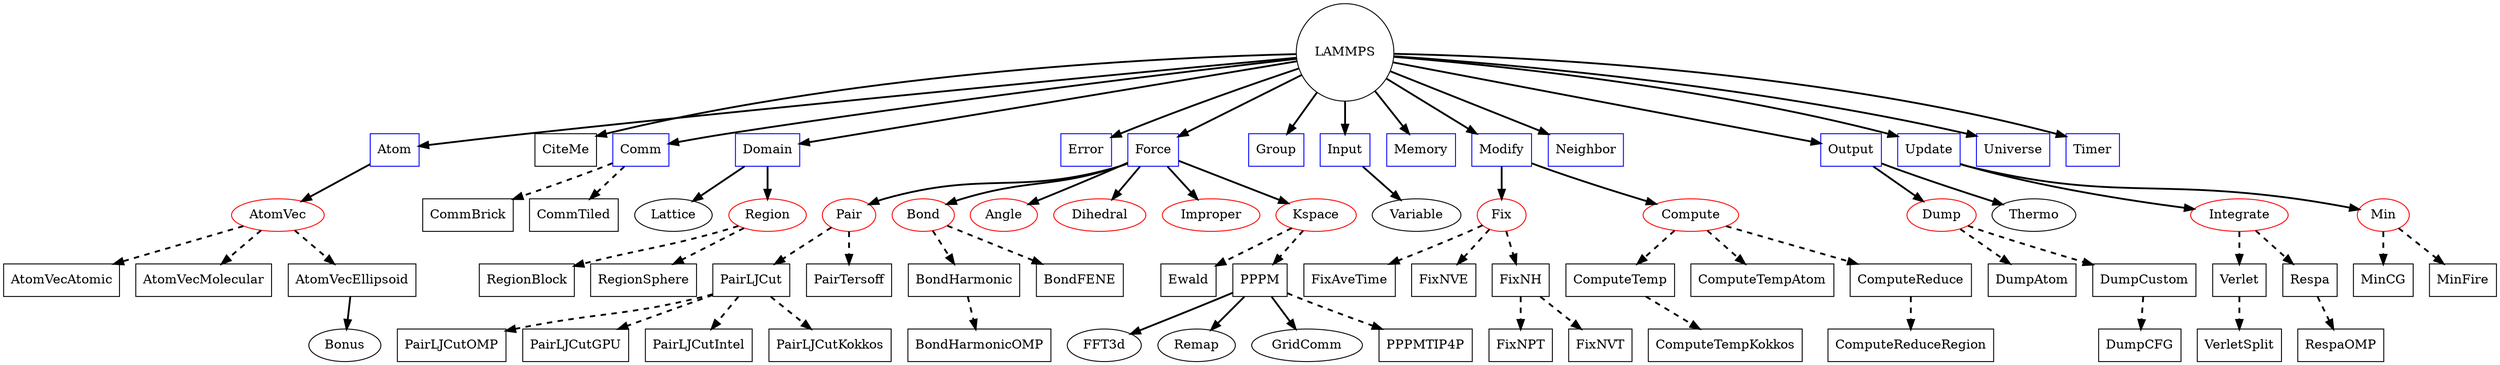
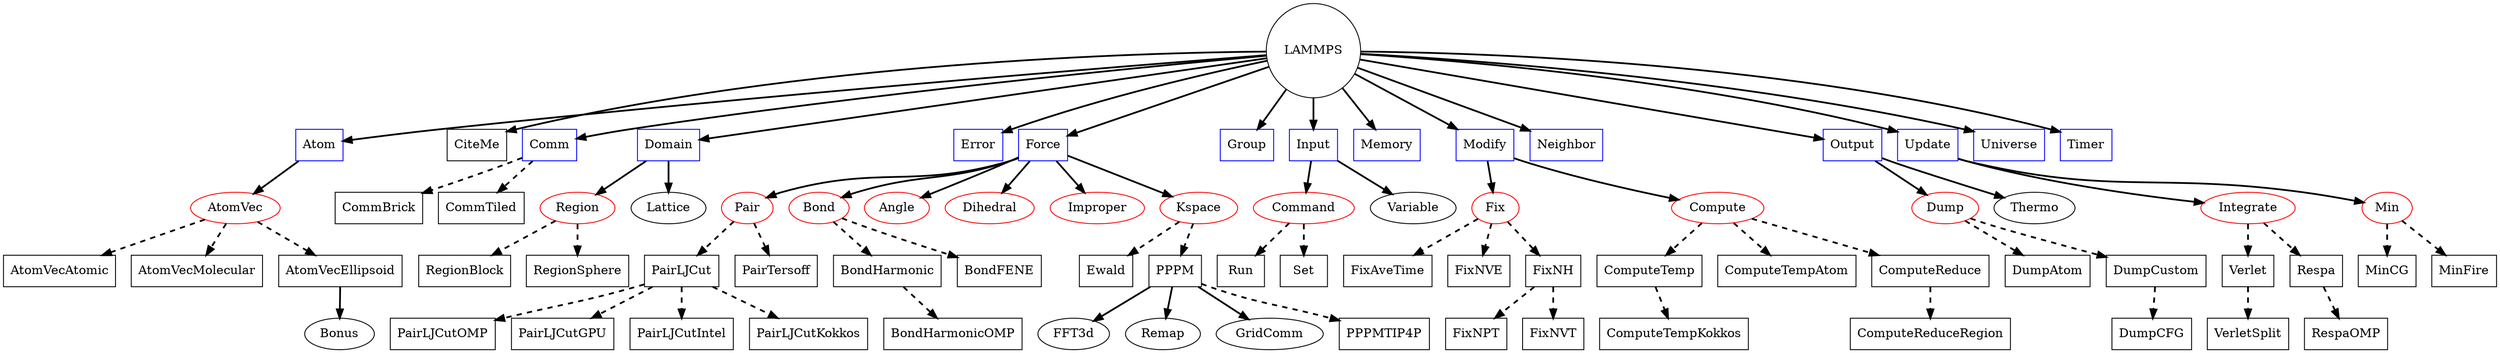
// LAMMPS Class topology
digraph lammps {
    overlap=false
    splines=true
    La [shape=circle label="LAMMPS" pos="0,0"]
    At [shape=box label="Atom" color=blue]
    Ci [shape=box label="CiteMe"]
    Co [shape=box label="Comm" color=blue]
    Do [shape=box label="Domain" color=blue]
    Er [shape=box label="Error" color=blue]
    Fo [shape=box label="Force" color=blue]
    Gr [shape=box label="Group" color=blue]
    In [shape=box label="Input" color=blue]
    Me [shape=box label="Memory" color=blue]
    Mo [shape=box label="Modify" color=blue]
    Ne [shape=box label="Neighbor" color=blue]
    Ou [shape=box label="Output" color=blue]
    Up [shape=box label="Update" color=blue]
    Un [shape=box label="Universe" color=blue]
    Ti [shape=box label="Timer" color=blue]
+     Rg [label="Region" color=red]
    Lt [label="Lattice"]
-     Rg [label="Region" color=red]
    Rb [shape=box label="RegionBlock"]
    Rs [shape=box label="RegionSphere"]
    Av [label="AtomVec" color=red]
    It [label="Integrate" color=red]
    Mi [label="Min" color=red]
    Pa [label="Pair" color=red]
    Bo [label="Bond" color=red]
    An [label="Angle" color=red]
    Di [label="Dihedral" color=red]
    Im [label="Improper" color=red]
    Ks [label="Kspace" color=red]
    Du [label="Dump" color=red]
    Fi [label="Fix" color=red]
    Cp [label="Compute" color=red]
+     Cm [label="Command" color=red]
    Th [label="Thermo"]
    Va [label="Variable"]
    Ew [shape=box label="Ewald"]
    Pp [shape=box label="PPPM"]
    Ff [label="FFT3d"]
    Re [label="Remap"]
    Gc [label="GridComm"]
    Bn [label="Bonus"]
    Cb [shape=box label="CommBrick"]
    Ct [shape=box label="CommTiled"]
    Aa [shape=box label="AtomVecAtomic"]
    Am [shape=box label="AtomVecMolecular"]
    Ae [shape=box label="AtomVecEllipsoid"]
    Lj [shape=box label="PairLJCut"]
    Lo [shape=box label="PairLJCutOMP"]
    Lg [shape=box label="PairLJCutGPU"]
    Li [shape=box label="PairLJCutIntel"]
    Lk [shape=box label="PairLJCutKokkos"]
    Te [shape=box label="PairTersoff"]
    Bh [shape=box label="BondHarmonic"]
    Bp [shape=box label="BondHarmonicOMP"]
    Bf [shape=box label="BondFENE"]
    Fa [shape=box label="FixAveTime"]
    Fn [shape=box label="FixNVE"]
    Fh [shape=box label="FixNH"]
    Fp [shape=box label="FixNPT"]
    Ft [shape=box label="FixNVT"]
    Ce [shape=box label="ComputeTemp"]
    Ca [shape=box label="ComputeTempAtom"]
    Cr [shape=box label="ComputeReduce"]
    Cg [shape=box label="ComputeReduceRegion"]
    Ck [shape=box label="ComputeTempKokkos"]
    Da [shape=box label="DumpAtom"]
    Dc [shape=box label="DumpCustom"]
    Dg [shape=box label="DumpCFG"]
    Ve [shape=box label="Verlet"]
    Rr [shape=box label="Respa"]
+     Ru [shape=box label="Run"]
+     Se [shape=box label="Set"]
    Pt [shape=box label="PPPMTIP4P"]
    Vs [shape=box label="VerletSplit"]
    Ro [shape=box label="RespaOMP"]
    Mc [shape=box label="MinCG"]
    Mf [shape=box label="MinFire"]
    La -> {At Ci Co Do Er Fo Gr In Me Mo Ne Ou Ti Up Un} [penwidth=2]
-     Do -> {Lt Rg} [penwidth=2]
+     Do -> {Rg Lt} [penwidth=2]
    Rg -> {Rb Rs} [style=dashed penwidth=2]
    Co -> {Cb Ct} [style=dashed penwidth=2]
-     In -> Va [penwidth=2]
+     In -> {Va Cm} [penwidth=2]
+     Cm -> {Ru Se} [style=dashed penwidth=2]
    Mo -> {Fi Cp} [penwidth=2]
    Fo -> {Pa Bo An Di Im Ks} [penwidth=2]
    Ks -> {Ew Pp} [style=dashed penwidth=2]
    Pp -> {Ff Re Gc} [penwidth=2]
    Pp -> {Pt} [style=dashed penwidth=2]
    Up -> {It Mi} [penwidth=2]
    It -> {Ve Rr} [style=dashed penwidth=2]
    Ou -> {Du Th} [penwidth=2]
    Du -> {Da Dc} [style=dashed penwidth=2]
    Dc -> {Dg} [style=dashed penwidth=2]
    At -> Av [penwidth=2]
    Av -> {Aa Am Ae} [style=dashed penwidth=2]
    Ae -> Bn [penwidth=2]
    Pa -> {Lj Te} [style=dashed penwidth=2]
    Lj -> {Lo Lg Li Lk} [style=dashed penwidth=2]
    Bo -> {Bh Bf} [style=dashed penwidth=2]
    Bh -> Bp [style=dashed penwidth=2]
    Fi -> {Fa Fn Fh} [style=dashed penwidth=2]
    Fh -> {Fp Ft} [style=dashed penwidth=2]
    Cp -> {Ce Ca Cr} [style=dashed penwidth=2]
    Ce -> Ck [style=dashed penwidth=2]
    Cr -> Cg [style=dashed penwidth=2]
    Ve -> Vs [style=dashed penwidth=2]
    Rr -> Ro [style=dashed penwidth=2]
    Mi -> {Mc Mf} [style=dashed penwidth=2]
}

